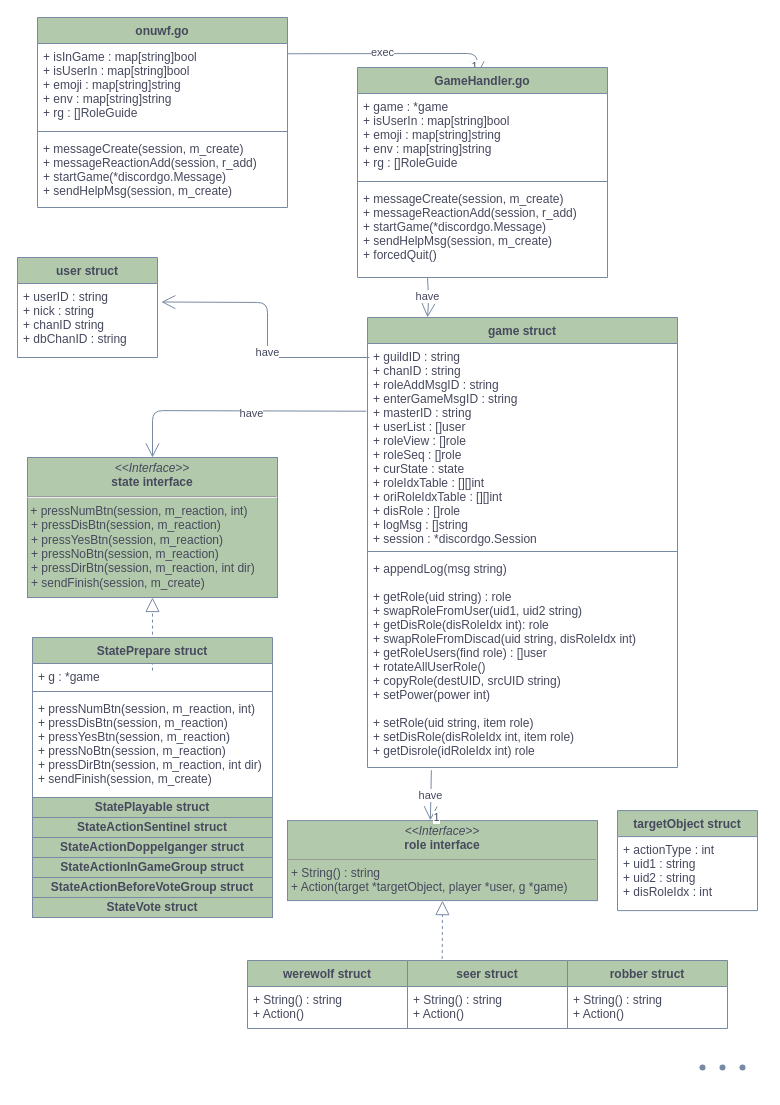
Earlier version of the draw.io diagram struct_diagram.drawio (splkm97/ONUWF). Source tidied: cells renumbered, new cells numbered last; positions are measured from the earlier drawing's top-left corner, leaving out a move shared by most shapes. Both pictures are drawn from the tidied source at 100%, with x=0, y=0 at pixel (17, 17).
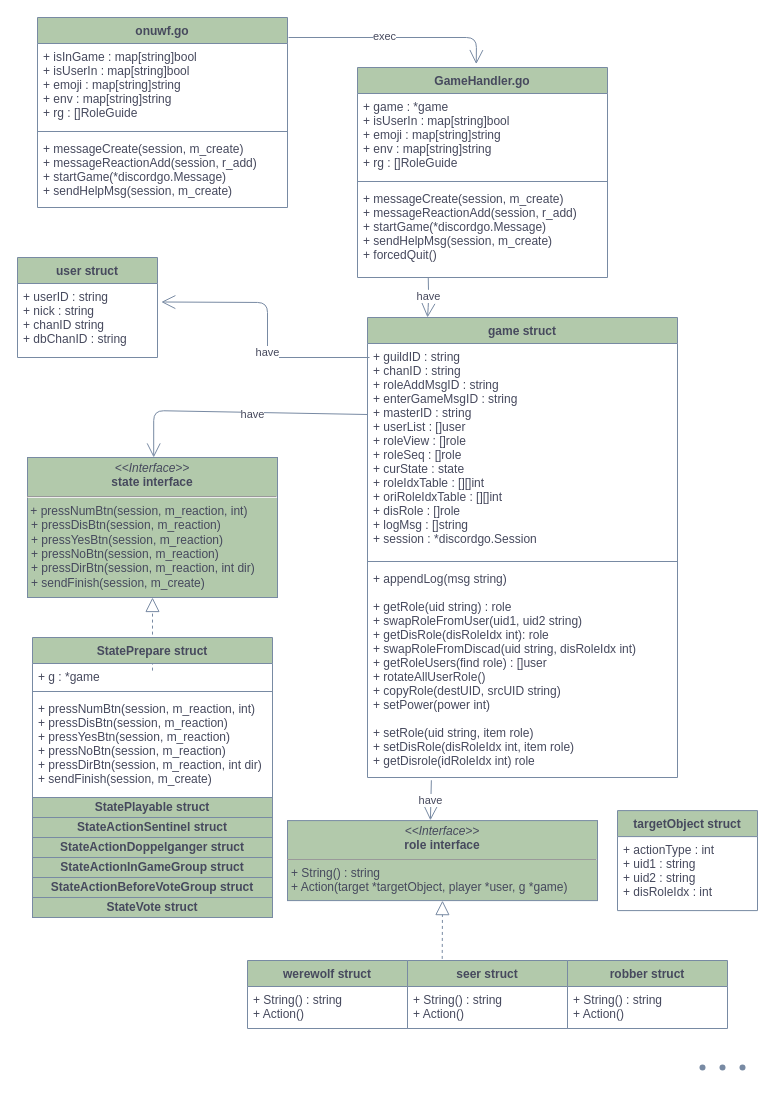
The same diagram, later.

The change refers to these unchanged cells:
```xml
<mxCell id="3" value="+ isInGame : map[string]bool&#10;+ isUserIn : map[string]bool&#10;+ emoji : map[string]string&#10;+ env : map[string]string&#10;+ rg : []RoleGuide" style="text;strokeColor=none;fillColor=none;align=left;verticalAlign=top;spacingLeft=4;spacingRight=4;overflow=hidden;points=[[0,0.5],[1,0.5]];portConstraint=eastwest;fontColor=#46495D;" parent="2" vertex="1">
  <mxGeometry y="26" width="250" height="84" as="geometry" />
</mxCell>
<mxCell id="20" value="&lt;p style=&quot;margin: 0px ; margin-top: 4px ; text-align: center&quot;&gt;&lt;i&gt;&amp;lt;&amp;lt;Interface&amp;gt;&amp;gt;&lt;/i&gt;&lt;br&gt;&lt;b&gt;state interface&lt;/b&gt;&lt;/p&gt;&lt;hr&gt;&lt;span&gt;&amp;nbsp;+ pressNumBtn(session, m_reaction, int)&lt;/span&gt;&lt;p style=&quot;margin: 0px 0px 0px 4px&quot;&gt;+ pressDisBtn(session, m_reaction)&lt;/p&gt;&lt;p style=&quot;margin: 0px 0px 0px 4px&quot;&gt;+ pressYesBtn(session, m_reaction)&lt;/p&gt;&lt;p style=&quot;margin: 0px 0px 0px 4px&quot;&gt;+ pressNoBtn(session, m_reaction)&lt;/p&gt;&lt;p style=&quot;margin: 0px 0px 0px 4px&quot;&gt;+ pressDirBtn(session, m_reaction, int dir)&lt;/p&gt;&lt;p style=&quot;margin: 0px 0px 0px 4px&quot;&gt;+ sendFinish(session, m_create)&lt;/p&gt;" style="verticalAlign=top;align=left;overflow=fill;fontSize=12;fontFamily=Helvetica;html=1;fontColor=#46495D;strokeColor=#788AA3;fillColor=#B2C9AB;" parent="1" vertex="1">
  <mxGeometry x="10" y="440" width="250" height="140" as="geometry" />
</mxCell>
<mxCell id="30" value="have" style="endArrow=open;endFill=1;endSize=12;html=1;fontColor=#46495D;strokeColor=#788AA3;fillColor=#B2C9AB;entryX=0.461;entryY=-0.003;entryDx=0;entryDy=0;entryPerimeter=0;exitX=0.206;exitY=1.013;exitDx=0;exitDy=0;exitPerimeter=0;" parent="1" edge="1" source="9" target="12">
  <mxGeometry relative="1" as="geometry" />
</mxCell>
<mxCell id="44" value="GameHandler.go" style="swimlane;fontStyle=1;align=center;verticalAlign=top;horizontal=1;startSize=26;fontColor=#46495D;strokeColor=#788AA3;fillColor=#B2C9AB;" parent="1" vertex="1">
  <mxGeometry x="340" y="50" width="250" height="210" as="geometry" />
</mxCell>
<mxCell id="47" value="+ messageCreate(session, m_create)&#10;+ messageReactionAdd(session, r_add)&#10;+ startGame(*discordgo.Message)&#10;+ sendHelpMsg(session, m_create)&#10;+ forcedQuit()" style="text;strokeColor=none;fillColor=none;align=left;verticalAlign=top;spacingLeft=4;spacingRight=4;overflow=hidden;points=[[0,0.5],[1,0.5]];portConstraint=eastwest;fontColor=#46495D;" parent="44" vertex="1">
  <mxGeometry y="118" width="250" height="92" as="geometry" />
</mxCell>
```

Change to the diagram source:
```diff
@@
     <mxCell id="6" value="game struct" style="swimlane;fontStyle=1;align=center;verticalAlign=top;horizontal=1;startSize=26;fontColor=#46495D;strokeColor=#788AA3;fillColor=#B2C9AB;" parent="1" vertex="1">
-      <mxGeometry x="350" y="300" width="310" height="450" as="geometry" />
+      <mxGeometry x="350" y="300" width="310" height="460" as="geometry" />
     </mxCell>
     <mxCell id="7" value="+ guildID : string&#10;+ chanID : string&#10;+ roleAddMsgID : string&#10;+ enterGameMsgID : string&#10;+ masterID : string&#10;+ userList : []user&#10;+ roleView : []role&#10;+ roleSeq : []role&#10;+ curState : state&#10;+ roleIdxTable : [][]int&#10;+ oriRoleIdxTable : [][]int&#10;+ disRole : []role&#10;+ logMsg : []string&#10;+ session : *discordgo.Session" style="text;strokeColor=none;fillColor=none;align=left;verticalAlign=top;spacingLeft=4;spacingRight=4;overflow=hidden;points=[[0,0.5],[1,0.5]];portConstraint=eastwest;fontColor=#46495D;" parent="6" vertex="1">
-      <mxGeometry y="26" width="310" height="204" as="geometry" />
+      <mxGeometry y="26" width="310" height="214" as="geometry" />
     </mxCell>
     <mxCell id="8" style="line;strokeWidth=1;fillColor=none;align=left;verticalAlign=middle;spacingTop=-1;spacingLeft=3;spacingRight=3;labelPosition=right;strokeColor=#788AA3;fontColor=#46495D;" parent="6" vertex="1">
-      <mxGeometry y="230" width="310" height="8" as="geometry" />
+      <mxGeometry y="240" width="310" height="8" as="geometry" />
     </mxCell>
     <mxCell id="9" value="+ appendLog(msg string)&#10;&#10;+ getRole(uid string) : role&#10;+ swapRoleFromUser(uid1, uid2 string)&#10;+ getDisRole(disRoleIdx int): role&#10;+ swapRoleFromDiscad(uid string, disRoleIdx int)&#10;+ getRoleUsers(find role) : []user&#10;+ rotateAllUserRole()&#10;+ copyRole(destUID, srcUID string)&#10;+ setPower(power int)&#10;&#10;+ setRole(uid string, item role)&#10;+ setDisRole(disRoleIdx int, item role)&#10;+ getDisrole(idRoleIdx int) role" style="text;strokeColor=none;fillColor=none;align=left;verticalAlign=top;spacingLeft=4;spacingRight=4;overflow=hidden;points=[[0,0.5],[1,0.5]];portConstraint=eastwest;fontColor=#46495D;" parent="6" vertex="1">
-      <mxGeometry y="238" width="310" height="212" as="geometry" />
+      <mxGeometry y="248" width="310" height="212" as="geometry" />
     </mxCell>
@@
-    <mxCell id="31" value="1" style="edgeLabel;html=1;align=center;verticalAlign=middle;fontColor=#46495D;" parent="30" vertex="1">
-      <mxGeometry x="0.89" y="6" relative="1" as="geometry" />
-    </mxCell>
-    <mxCell id="32" style="endArrow=open;endFill=1;endSize=12;html=1;fontColor=#46495D;strokeColor=#788AA3;fillColor=#B2C9AB;entryX=0.5;entryY=0;entryDx=0;entryDy=0;exitX=-0.004;exitY=0.332;exitDx=0;exitDy=0;exitPerimeter=0;" parent="1" edge="1" source="7" target="20">
+    <mxCell id="32" style="endArrow=open;endFill=1;endSize=12;html=1;fontColor=#46495D;strokeColor=#788AA3;fillColor=#B2C9AB;entryX=0.5;entryY=0;entryDx=0;entryDy=0;exitX=-0.004;exitY=0.332;exitDx=0;exitDy=0;exitPerimeter=0;" parent="1" edge="1">
       <mxGeometry relative="1" as="geometry">
+        <mxPoint x="350" y="397" as="sourcePoint" />
+        <mxPoint x="136.2" y="440" as="targetPoint" />
         <Array as="points">
-          <mxPoint x="135" y="393.1" />
+          <mxPoint x="136.2" y="393.1" />
         </Array>
       </mxGeometry>
     </mxCell>
@@
-    <mxCell id="41" style="endArrow=open;endFill=1;endSize=12;html=1;fontColor=#46495D;strokeColor=#788AA3;fillColor=#B2C9AB;exitX=1.001;exitY=0.122;exitDx=0;exitDy=0;exitPerimeter=0;" parent="1" edge="1" source="3">
+    <mxCell id="41" style="endArrow=open;endFill=1;endSize=12;html=1;fontColor=#46495D;strokeColor=#788AA3;fillColor=#B2C9AB;entryX=0.475;entryY=-0.016;entryDx=0;entryDy=0;entryPerimeter=0;" parent="1" edge="1" target="44">
       <mxGeometry relative="1" as="geometry">
-        <mxPoint x="460" y="58" as="targetPoint" />
+        <mxPoint x="271" y="20" as="sourcePoint" />
         <Array as="points">
-          <mxPoint x="460" y="36" />
+          <mxPoint x="459" y="20" />
         </Array>
       </mxGeometry>
     </mxCell>
@@
-    <mxCell id="43" value="1" style="edgeLabel;html=1;align=center;verticalAlign=middle;fontColor=#46495D;" parent="41" vertex="1">
-      <mxGeometry x="0.91" y="-4" relative="1" as="geometry" />
-    </mxCell>
@@
-    <mxCell id="48" style="endArrow=open;endFill=1;endSize=12;html=1;fontColor=#46495D;strokeColor=#788AA3;fillColor=#B2C9AB;entryX=0.367;entryY=-0.005;entryDx=0;entryDy=0;entryPerimeter=0;" parent="1" edge="1">
+    <mxCell id="48" style="endArrow=open;endFill=1;endSize=12;html=1;fontColor=#46495D;strokeColor=#788AA3;fillColor=#B2C9AB;entryX=0.367;entryY=-0.005;entryDx=0;entryDy=0;entryPerimeter=0;exitX=0.283;exitY=1.003;exitDx=0;exitDy=0;exitPerimeter=0;" parent="1" edge="1" source="47">
       <mxGeometry relative="1" as="geometry">
-        <mxPoint x="410" y="260" as="sourcePoint" />
         <mxPoint x="410" y="300" as="targetPoint" />
         <Array as="points">
           <mxPoint x="411.2" y="282.2" />
         </Array>
       </mxGeometry>
     </mxCell>
```
